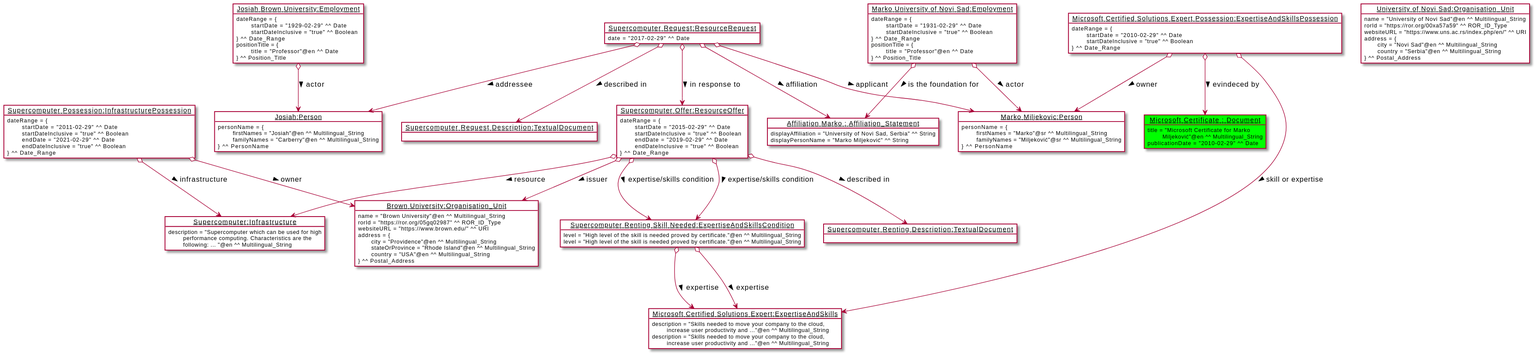
The PlantUML diagram UC3/example.svg in EuroCRIS/CERIF-Refactoring-ModelUseCases, before a commit.
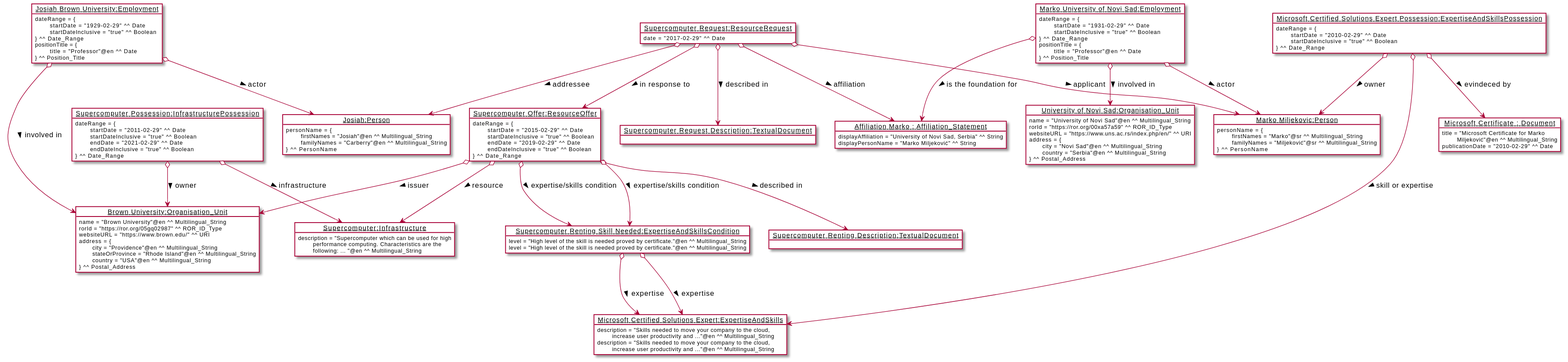
The same file after the commit.

Commit message:
:rocket: adding generated diagrams

Change to the diagram source:
```diff
@@ -42,6 +42,8 @@
 
         JosiahBrownUniversity o--> Josiah : actor >
 
+        JosiahBrownUniversity o--> BrownUniversity : involved in >
+
         object "<u>University of Novi Sad:Organisation_Unit</u>" as NoviSadUniversity #ffffff {
             name = "University of Novi Sad"@en ^^ Multilingual_String
             rorId = "https://ror.org/00xa57a59" ^^ ROR_ID_Type
@@ -70,6 +72,8 @@
         }
 
         MarkoNoviSadUniversity o--> Marko : actor >
+
+        MarkoNoviSadUniversity o--> NoviSadUniversity : involved in >
 
         object "<u>Affiliation Marko : Affiliation_Statement</u>" as AffiliationMarko #ffffff {
              displayAffiliation = "University of Novi Sad, Serbia" ^^ String
@@ -175,7 +179,7 @@
             } ^^ Date_Range
         }
 
-        object "<u>Microsoft Certificate : Document</u>" as MicrosoftCertificate #00ff00 {
+        object "<u>Microsoft Certificate : Document</u>" as MicrosoftCertificate #ffffff {
             title = "Microsoft Certificate for Marko
             \t Miljeković"@en ^^ Multilingual_String
             publicationDate = "2010-02-29" ^^ Date
```
